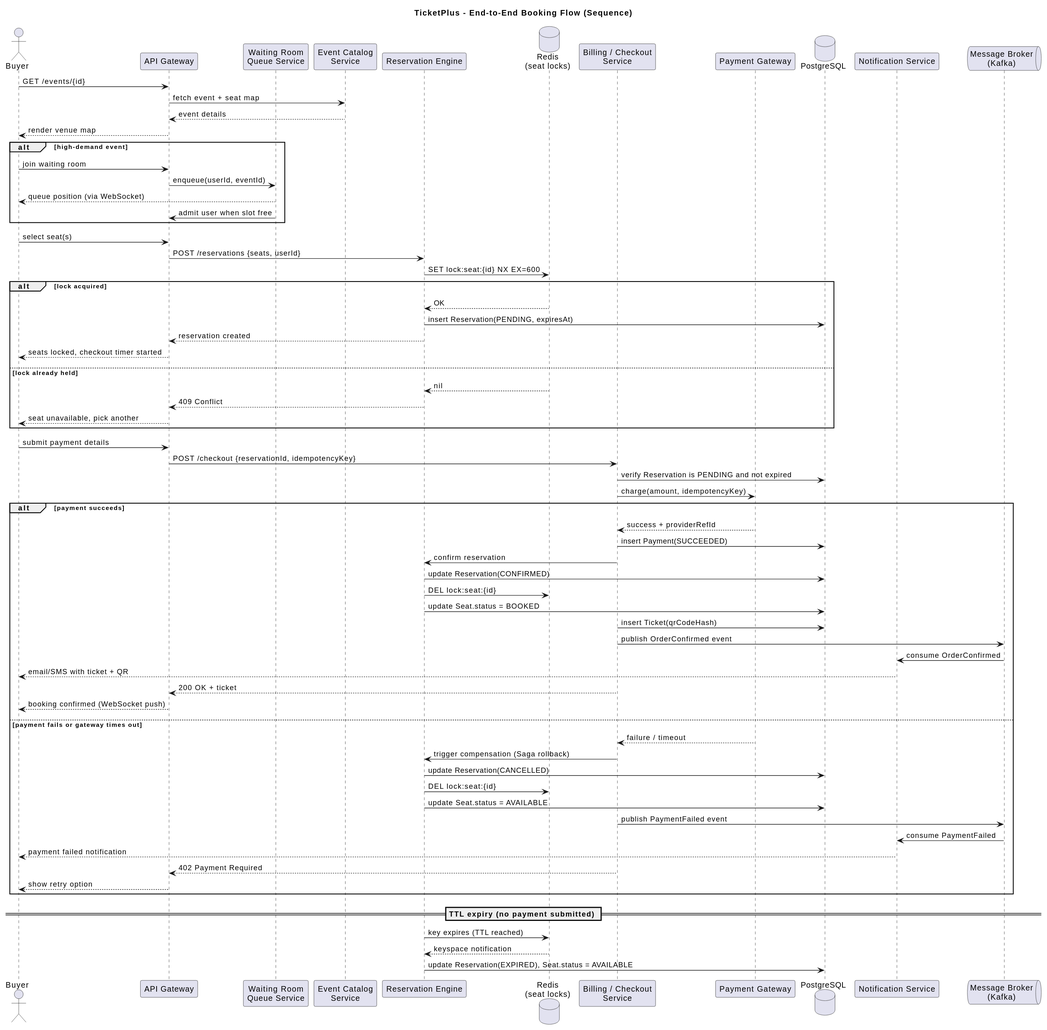
Above: rendered/03-sequence-booking-flow.svg in MahsaNasehi/TicketPlus (PlantUML), before the change.
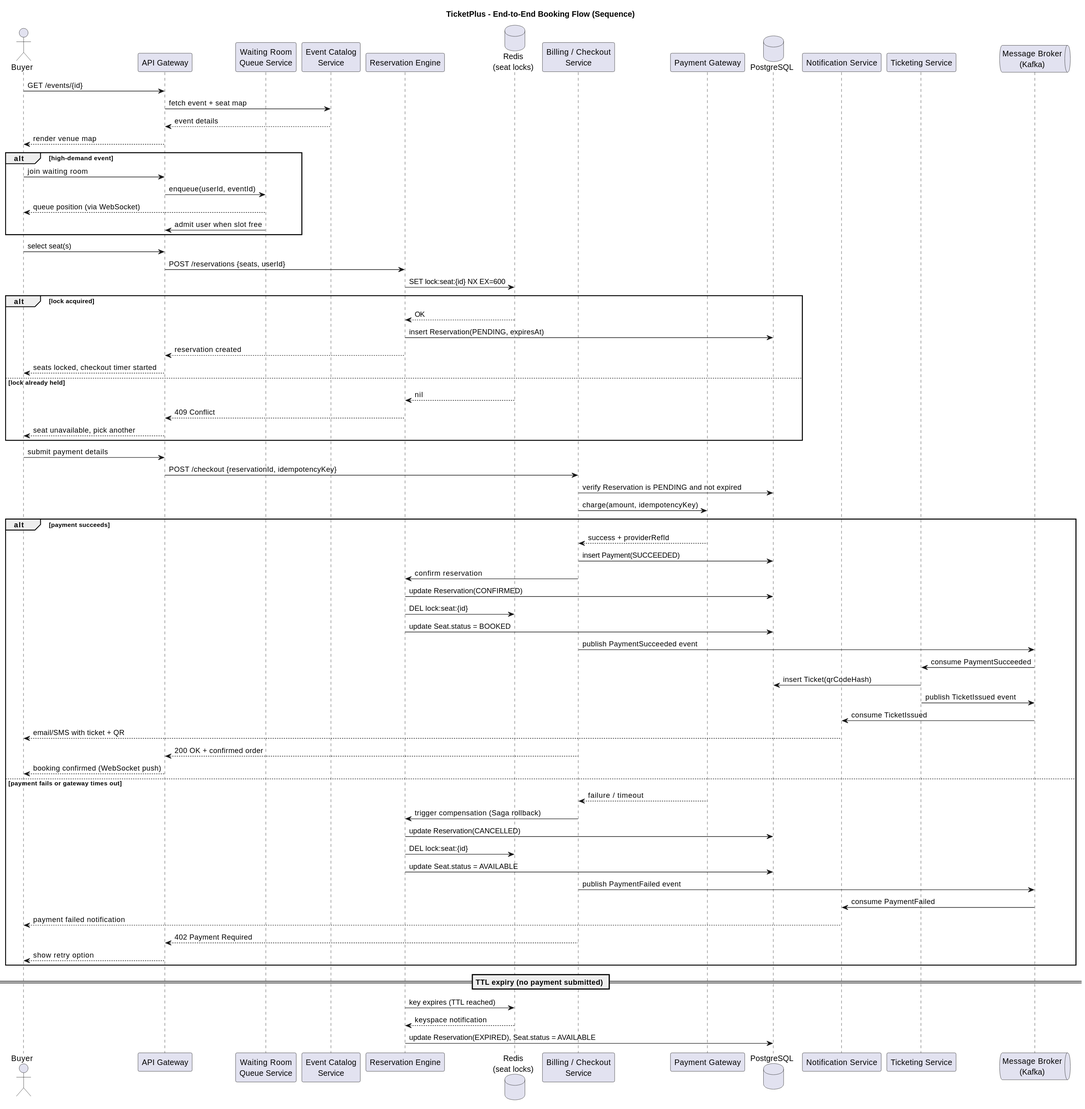
The same file after the commit.

The edit, as a diff of the source:
```diff
@@ -1,4 +1,5 @@
 @startuml
+!pragma layout smetana
 title TicketPlus - End-to-End Booking Flow (Sequence)
 
 actor Buyer
@@ -11,6 +12,7 @@
 participant "Payment Gateway" as PG
 database "PostgreSQL" as DB
 participant "Notification Service" as Notif
+participant "Ticketing Service" as Ticketing
 queue "Message Broker\n(Kafka)" as Broker
 
 Buyer -> GW: GET /events/{id}
@@ -51,11 +53,13 @@
   Res -> DB: update Reservation(CONFIRMED)
   Res -> Redis: DEL lock:seat:{id}
   Res -> DB: update Seat.status = BOOKED
-  Billing -> DB: insert Ticket(qrCodeHash)
-  Billing -> Broker: publish OrderConfirmed event
-  Broker -> Notif: consume OrderConfirmed
+  Billing -> Broker: publish PaymentSucceeded event
+  Broker -> Ticketing: consume PaymentSucceeded
+  Ticketing -> DB: insert Ticket(qrCodeHash)
+  Ticketing -> Broker: publish TicketIssued event
+  Broker -> Notif: consume TicketIssued
   Notif --> Buyer: email/SMS with ticket + QR
-  Billing --> GW: 200 OK + ticket
+  Billing --> GW: 200 OK + confirmed order
   GW --> Buyer: booking confirmed (WebSocket push)
 else payment fails or gateway times out
   PG --> Billing: failure / timeout
```
